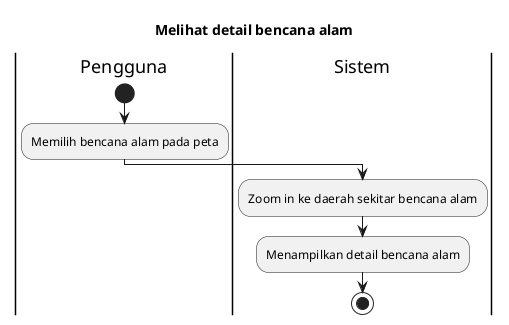
Above: export/Activity Diagrams/UC-MAP - Peta Bencana/UC-MAP-007 - Melihat detail bencana alam.png in bagusNA/appl-diagrams (PlantUML), before the change. Source of this version:
```plantuml
@startuml
title Melihat detail bencana alam

|Pengguna|
start
:Memilih bencana alam pada peta;

|Sistem|
:Zoom in ke daerah sekitar bencana alam;
:Menampilkan detail bencana alam;

stop
@enduml
```
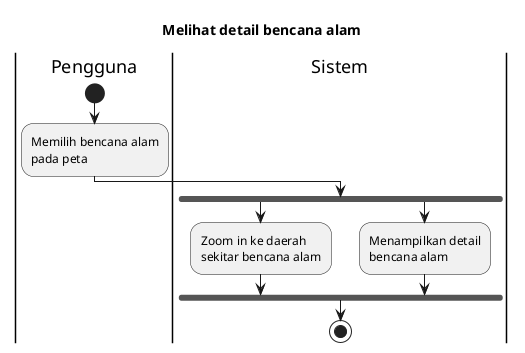
After the change.

Diff of the diagram source:
```diff
@@ -1,4 +1,6 @@
 @startuml
+skinparam wrapWidth 140
+
 title Melihat detail bencana alam
 
 |Pengguna|
@@ -6,8 +8,11 @@
 :Memilih bencana alam pada peta;
 
 |Sistem|
-:Zoom in ke daerah sekitar bencana alam;
-:Menampilkan detail bencana alam;
+fork
+  :Zoom in ke daerah sekitar bencana alam;
+fork again
+  :Menampilkan detail bencana alam;
+endfork
 
 stop
 @enduml
```
